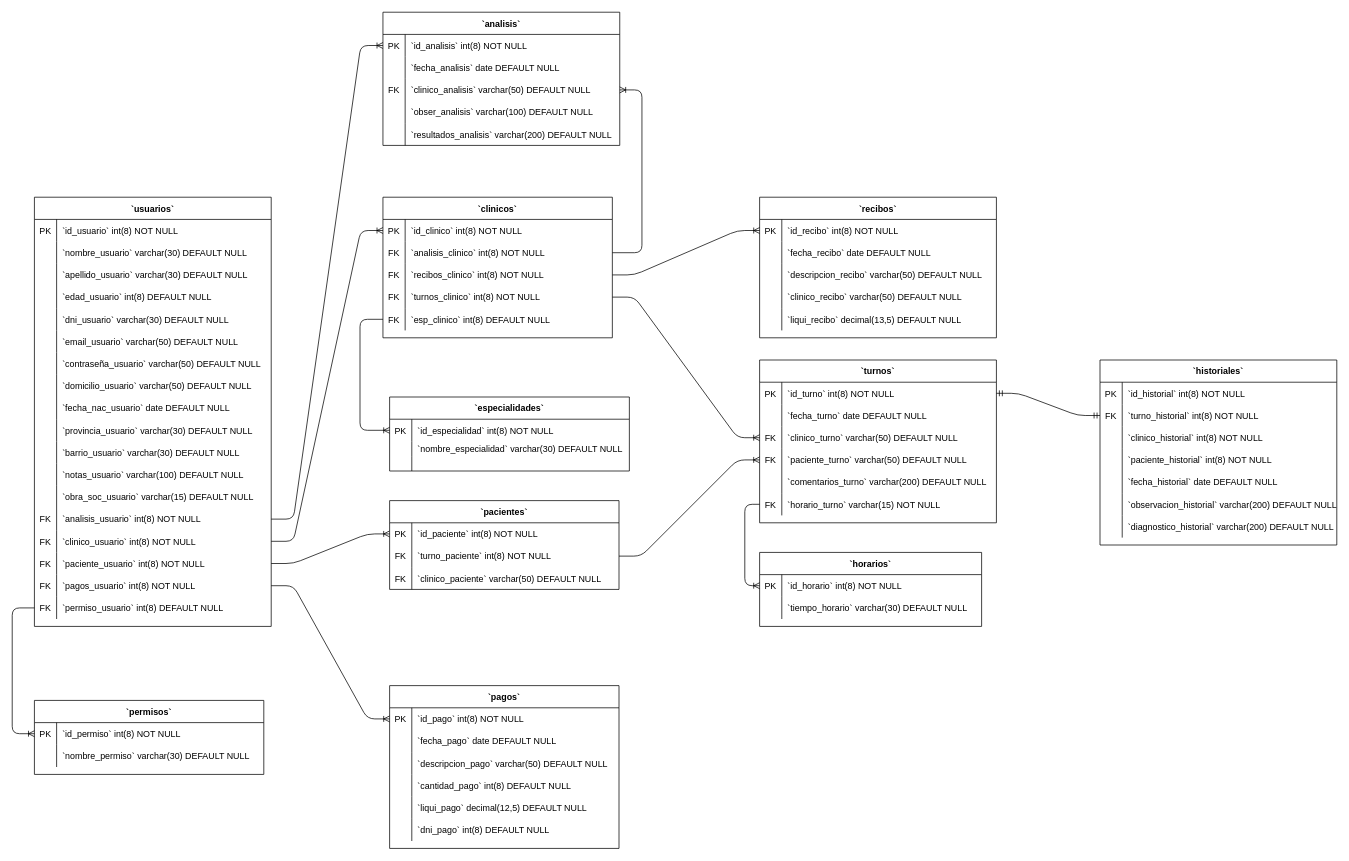
This is theclinicadmV1.0.drawio from LDMa777/TheClinicAdm3.0, a draw.io file, before an edit. Source tidied: cells renumbered, new cells numbered last; positions are measured from the earlier drawing's top-left corner, leaving out a move shared by most shapes. Both pictures are drawn from the tidied source at 74%, with x=0, y=0 at pixel (12, 12).
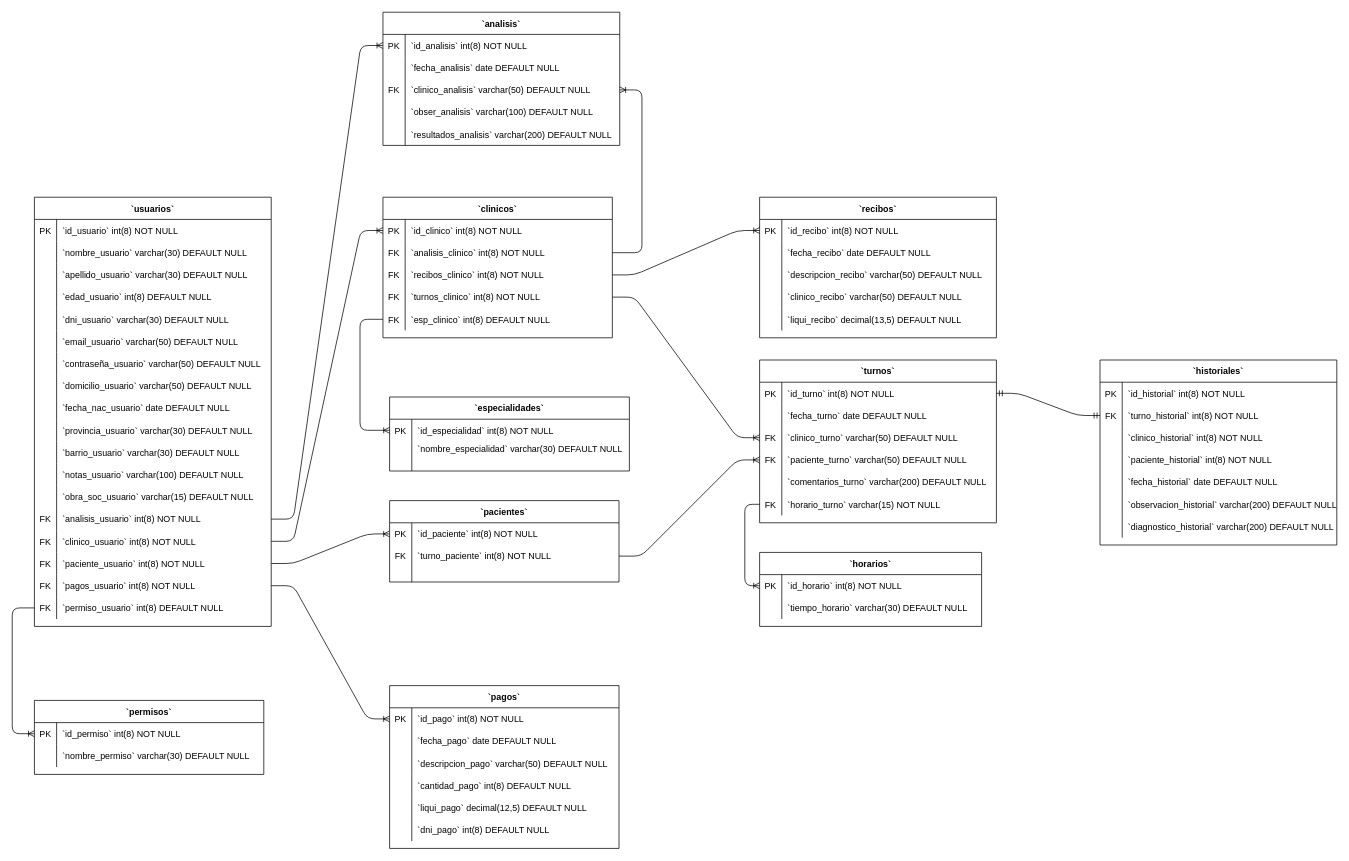
Above is the later version.

Change to the diagram source:
```diff
@@
     <mxCell id="132" value="`pacientes`" style="shape=table;startSize=30;childLayout=tableLayout;rowLines=0;fontStyle=1;align=center;" parent="1" vertex="1">
-      <mxGeometry x="510" y="660" width="310" height="120" as="geometry" />
+      <mxGeometry x="510" y="660" width="310" height="110" as="geometry" />
     </mxCell>
@@
     <mxCell id="139" style="shape=partialRectangle;fillColor=none;top=0;left=0;right=0;bottom=0;" parent="132" vertex="1">
-      <mxGeometry y="90" width="310" height="30" as="geometry" />
+      <mxGeometry y="90" width="310" height="20" as="geometry" />
     </mxCell>
-    <mxCell id="140" value="FK" style="shape=partialRectangle;overflow=hidden;fillColor=none;top=0;left=0;bottom=0;right=0;" parent="139" vertex="1">
-      <mxGeometry width="30" height="30" as="geometry" />
+    <mxCell id="140" style="shape=partialRectangle;overflow=hidden;fillColor=none;top=0;left=0;bottom=0;right=0;" parent="139" vertex="1">
+      <mxGeometry width="30" height="20" as="geometry" />
     </mxCell>
-    <mxCell id="141" value="`clinico_paciente` varchar(50) DEFAULT NULL" style="shape=partialRectangle;overflow=hidden;fillColor=none;top=0;left=0;bottom=0;right=0;align=left;spacingLeft=6;" parent="139" vertex="1">
-      <mxGeometry x="30" width="280" height="30" as="geometry" />
+    <mxCell id="141" style="shape=partialRectangle;overflow=hidden;fillColor=none;top=0;left=0;bottom=0;right=0;align=left;spacingLeft=6;" parent="139" vertex="1">
+      <mxGeometry x="30" width="280" height="20" as="geometry" />
     </mxCell>
```
